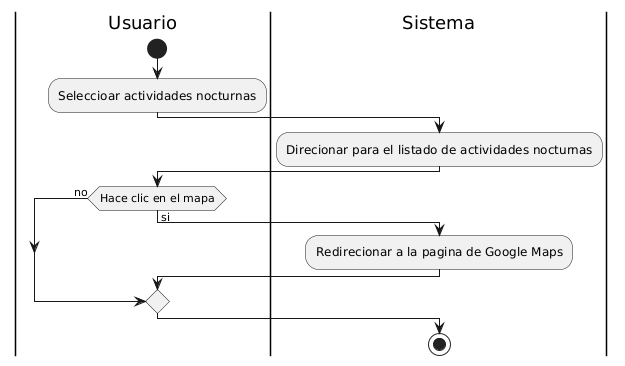
The PlantUML diagram docs/04-diagramas/01-diagrama-de-actividades/actividad-flujo-4-actividad-creacion-itinerarios.png in Thallys8/turismo-buenos-aires, before a commit. Its source is kept beside it as docs/04-diagramas/01-diagrama-de-actividades/actividad-flujo-4-actividad-creacion-itinerarios.puml.
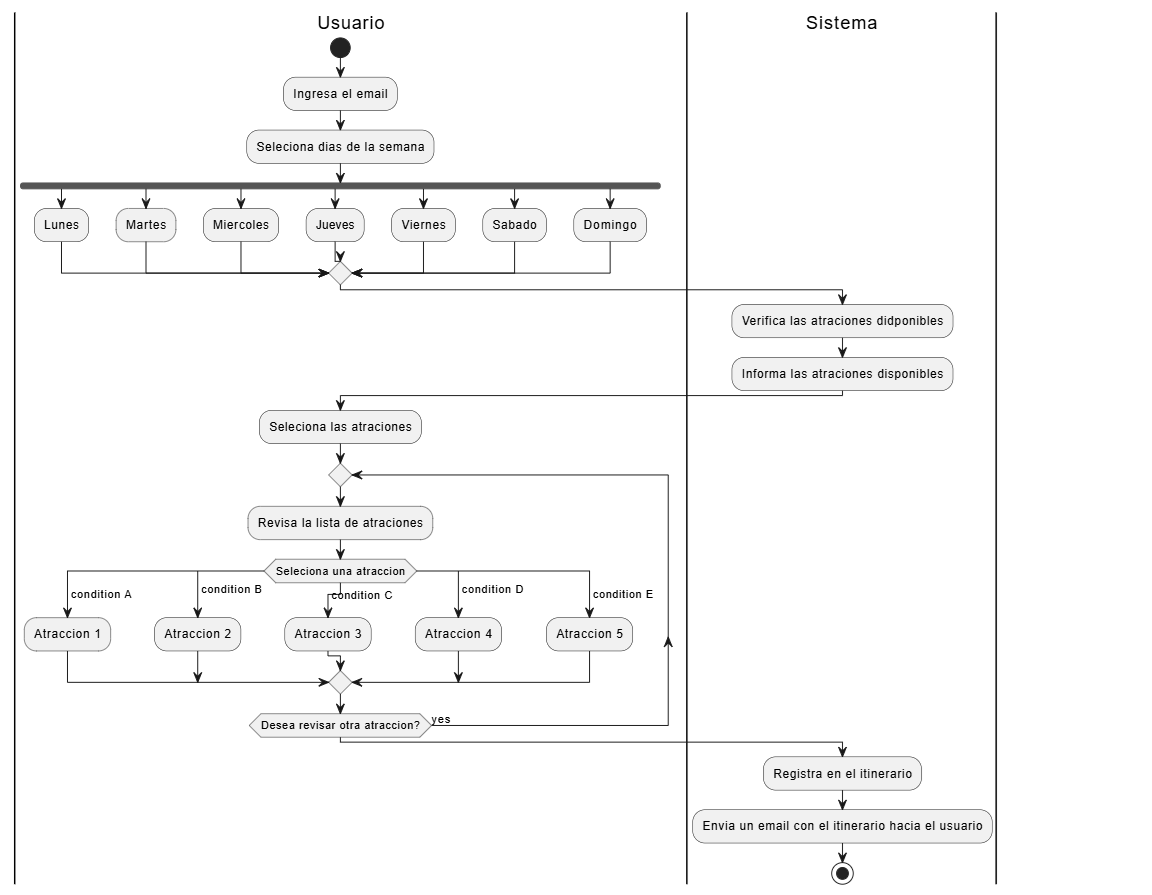
After the commit.

The edit, as a diff of the source:
```diff
@@ -1,16 +1,50 @@
 @startuml actividades-creacion-itinerarios
 |Usuario|
 start
-:Seleccioar crear un itinerario;
-
+:Ingresa el email;
+:Seleciona dias de la semana;
+    fork
+      :Lunes;
+    fork again
+      :Martes;
+    fork again
+      :Miercoles;
+    fork again
+      :Jueves;
+    fork again
+      :Viernes;
+    fork again
+      :Sabado;
+    fork again
+      :Domingo;
+    end merge
 |Sistema|
-:Crea el objeto itinerario en Backend;
+:Verifica las atraciones didponibles;
+:Informa las atraciones disponibles;
 
 |Usuario|
-:Informa los datos del itinerario;
+:Seleciona las atraciones;
+    repeat
+    :Revisa la lista de atraciones;
+
+        switch (Seleciona una atraccion)
+        case ( condition A )
+        :Atraccion 1;
+        case ( condition B )
+        :Atraccion 2;
+        case ( condition C )
+        :Atraccion 3;
+        case ( condition D )
+        :Atraccion 4;
+        case ( condition E )
+        :Atraccion 5;
+        endswitch
+
+    repeat while (Desea revisar otra atraccion?) is (yes)
 
 |Sistema|
 :Registra en el itinerario;
+:Envia un email con el itinerario hacia el usuario;
 
 stop
 @enduml
```
